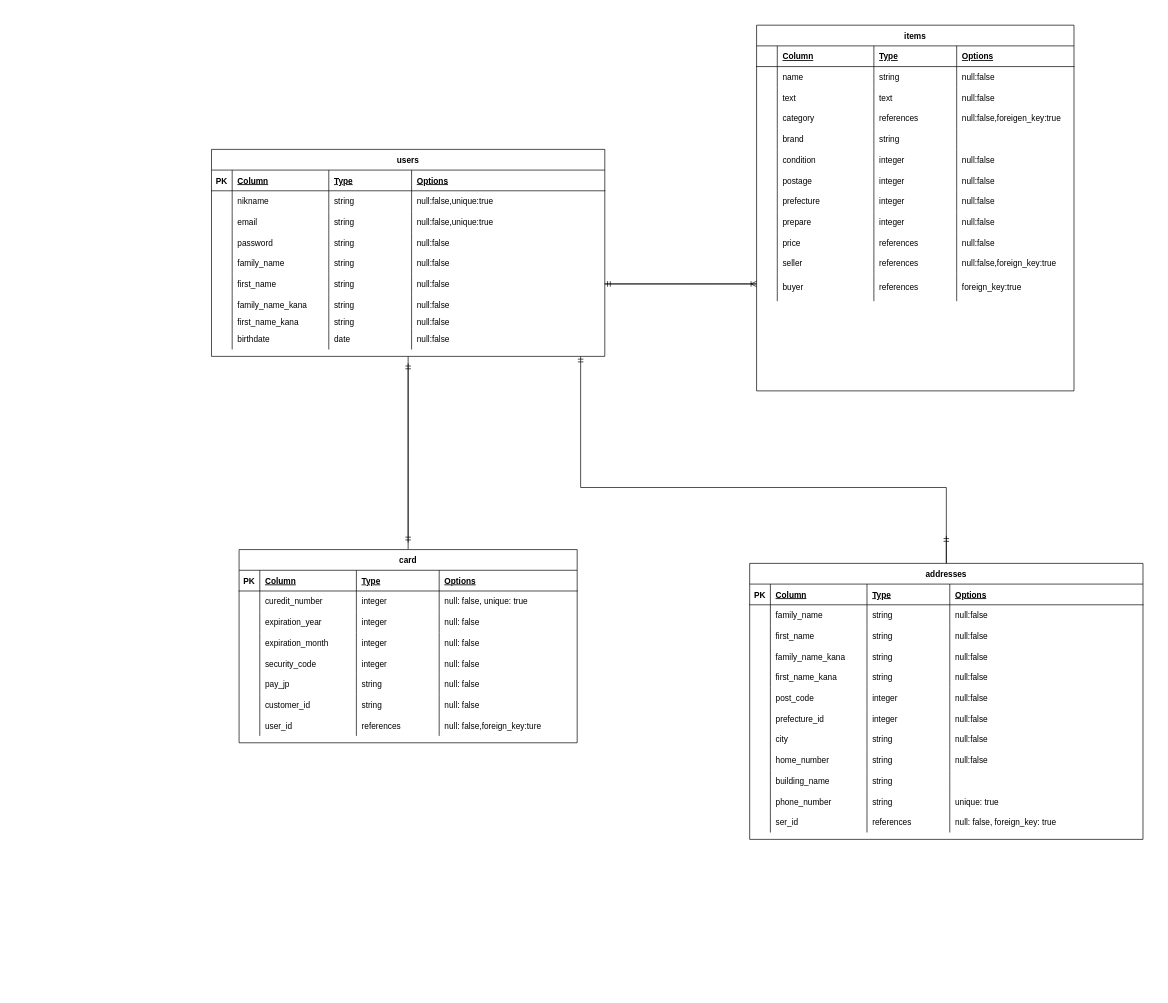
karentokuyama/furima-34771 keeps this draw.io diagram as furima.dio. Above is the earlier version. Source tidied: cells renumbered, new cells numbered last; positions are measured from the earlier drawing's top-left corner, leaving out a move shared by most shapes. Both pictures are drawn from the tidied source at 69%, with x=0, y=0 at pixel (211, 25).
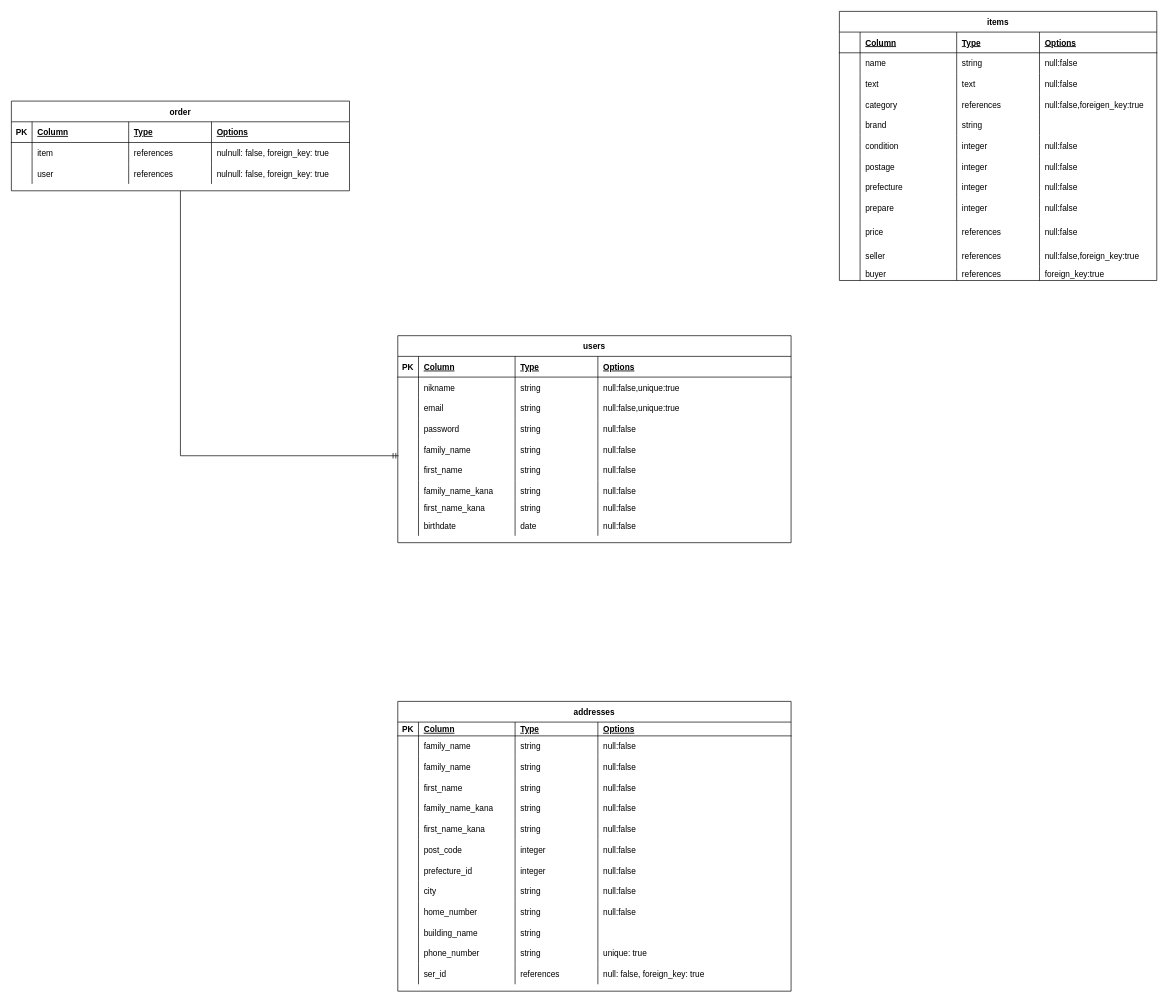
Above is the later version.

The change refers to these unchanged cells:
```xml
<mxCell id="29" style="shape=partialRectangle;fillColor=none;top=0;left=0;bottom=0;right=0;points=[[0,0.5],[1,0.5]];portConstraint=eastwest;" parent="3" vertex="1">
  <mxGeometry y="180" width="570" height="30" as="geometry" />
</mxCell>
<mxCell id="119" style="shape=partialRectangle;fillColor=none;top=0;left=0;bottom=0;right=0;" parent="113" vertex="1">
  <mxGeometry y="60" width="490" height="30" as="geometry" />
</mxCell>
<mxCell id="124" style="shape=partialRectangle;fillColor=none;top=0;left=0;bottom=0;right=0;" parent="113" vertex="1">
  <mxGeometry y="90" width="490" height="30" as="geometry" />
</mxCell>
```

The edit, as a diff of the source:
```diff
@@
-    <mxCell id="2" style="edgeStyle=orthogonalEdgeStyle;rounded=0;jettySize=auto;html=1;endArrow=ERmandOne;endFill=0;" parent="1" edge="1" source="3">
-      <mxGeometry relative="1" as="geometry">
-        <mxPoint x="285" y="750" as="targetPoint" />
-      </mxGeometry>
-    </mxCell>
     <mxCell id="3" value="users" style="shape=table;startSize=30;childLayout=tableLayout;rowLines=0;fontStyle=1;align=center;" parent="1" vertex="1">
-      <mxGeometry y="180" width="570" height="300" as="geometry" />
+      <mxGeometry x="270" y="450" width="570" height="300" as="geometry" />
     </mxCell>
@@
-    <mxCell id="49" style="edgeStyle=orthogonalEdgeStyle;rounded=0;jettySize=auto;html=1;endArrow=ERmandOne;endFill=0;" parent="1" edge="1" source="51">
-      <mxGeometry relative="1" as="geometry">
-        <mxPoint x="535" y="480" as="targetPoint" />
-        <Array as="points">
-          <mxPoint x="1065" y="670" />
-          <mxPoint x="535" y="670" />
-        </Array>
-      </mxGeometry>
-    </mxCell>
-    <mxCell id="50" style="edgeStyle=orthogonalEdgeStyle;rounded=0;jettySize=auto;html=1;endArrow=ERmandOne;endFill=0;" parent="1" edge="1" source="51">
-      <mxGeometry relative="1" as="geometry">
-        <mxPoint x="1065" y="740" as="targetPoint" />
-      </mxGeometry>
-    </mxCell>
     <mxCell id="51" value="addresses" style="shape=table;startSize=30;childLayout=tableLayout;rowLines=0;fontStyle=1;align=center;" parent="1" vertex="1">
-      <mxGeometry x="780" y="780" width="570" height="400" as="geometry" />
+      <mxGeometry x="270" y="980" width="570" height="420" as="geometry" />
     </mxCell>
     <mxCell id="52" style="shape=partialRectangle;fillColor=none;top=0;left=0;bottom=1;right=0;" parent="51" vertex="1">
-      <mxGeometry y="30" width="570" height="30" as="geometry" />
+      <mxGeometry y="30" width="570" height="20" as="geometry" />
     </mxCell>
     <mxCell id="53" value="PK" style="shape=partialRectangle;fillColor=none;top=0;left=0;bottom=0;right=0;fontStyle=1;overflow=hidden;" parent="52" vertex="1">
-      <mxGeometry width="30" height="30" as="geometry" />
+      <mxGeometry width="30" height="20" as="geometry" />
     </mxCell>
     <mxCell id="54" value="Column" style="shape=partialRectangle;fillColor=none;top=0;left=0;bottom=0;right=0;align=left;spacingLeft=6;fontStyle=5;overflow=hidden;" parent="52" vertex="1">
-      <mxGeometry x="30" width="140" height="30" as="geometry" />
+      <mxGeometry x="30" width="140" height="20" as="geometry" />
     </mxCell>
     <mxCell id="55" value="Type" style="shape=partialRectangle;fillColor=none;top=0;left=0;bottom=0;right=0;align=left;spacingLeft=6;fontStyle=5;overflow=hidden;" parent="52" vertex="1">
-      <mxGeometry x="170" width="120" height="30" as="geometry" />
+      <mxGeometry x="170" width="120" height="20" as="geometry" />
     </mxCell>
     <mxCell id="56" value="Options" style="shape=partialRectangle;fillColor=none;top=0;left=0;bottom=0;right=0;align=left;spacingLeft=6;fontStyle=5;overflow=hidden;" parent="52" vertex="1">
-      <mxGeometry x="290" width="280" height="30" as="geometry" />
+      <mxGeometry x="290" width="280" height="20" as="geometry" />
     </mxCell>
+    <mxCell id="217" style="shape=partialRectangle;fillColor=none;top=0;left=0;bottom=0;right=0;" parent="51" vertex="1">
+      <mxGeometry y="50" width="570" height="30" as="geometry" />
+    </mxCell>
+    <mxCell id="218" style="shape=partialRectangle;fillColor=none;top=0;left=0;bottom=0;right=0;overflow=hidden;" parent="217" vertex="1">
+      <mxGeometry width="30" height="30" as="geometry" />
+    </mxCell>
+    <mxCell id="219" value="family_name" style="shape=partialRectangle;fillColor=none;top=0;left=0;bottom=0;right=0;align=left;spacingLeft=6;overflow=hidden;" parent="217" vertex="1">
+      <mxGeometry x="30" width="140" height="30" as="geometry" />
+    </mxCell>
+    <mxCell id="220" value="string" style="shape=partialRectangle;fillColor=none;top=0;left=0;bottom=0;right=0;align=left;spacingLeft=6;overflow=hidden;" parent="217" vertex="1">
+      <mxGeometry x="170" width="120" height="30" as="geometry" />
+    </mxCell>
+    <mxCell id="221" value="null:false " style="shape=partialRectangle;fillColor=none;top=0;left=0;bottom=0;right=0;align=left;spacingLeft=6;overflow=hidden;" parent="217" vertex="1">
+      <mxGeometry x="290" width="280" height="30" as="geometry" />
+    </mxCell>
     <mxCell id="57" style="shape=partialRectangle;fillColor=none;top=0;left=0;bottom=0;right=0;" parent="51" vertex="1">
-      <mxGeometry y="60" width="570" height="30" as="geometry" />
+      <mxGeometry y="80" width="570" height="30" as="geometry" />
     </mxCell>
@@
     <mxCell id="62" style="shape=partialRectangle;fillColor=none;top=0;left=0;bottom=0;right=0;" parent="51" vertex="1">
-      <mxGeometry y="90" width="570" height="30" as="geometry" />
+      <mxGeometry y="110" width="570" height="30" as="geometry" />
     </mxCell>
@@
     <mxCell id="67" style="shape=partialRectangle;fillColor=none;top=0;left=0;bottom=0;right=0;" parent="51" vertex="1">
-      <mxGeometry y="120" width="570" height="30" as="geometry" />
+      <mxGeometry y="140" width="570" height="30" as="geometry" />
     </mxCell>
@@
     <mxCell id="72" style="shape=partialRectangle;fillColor=none;top=0;left=0;bottom=0;right=0;" parent="51" vertex="1">
-      <mxGeometry y="150" width="570" height="30" as="geometry" />
+      <mxGeometry y="170" width="570" height="30" as="geometry" />
     </mxCell>
@@
     <mxCell id="77" style="shape=partialRectangle;fillColor=none;top=0;left=0;bottom=0;right=0;" parent="51" vertex="1">
-      <mxGeometry y="180" width="570" height="30" as="geometry" />
+      <mxGeometry y="200" width="570" height="30" as="geometry" />
     </mxCell>
@@
     <mxCell id="82" style="shape=partialRectangle;fillColor=none;top=0;left=0;bottom=0;right=0;" parent="51" vertex="1">
-      <mxGeometry y="210" width="570" height="30" as="geometry" />
+      <mxGeometry y="230" width="570" height="30" as="geometry" />
     </mxCell>
@@
     <mxCell id="87" style="shape=partialRectangle;fillColor=none;top=0;left=0;bottom=0;right=0;" parent="51" vertex="1">
-      <mxGeometry y="240" width="570" height="30" as="geometry" />
+      <mxGeometry y="260" width="570" height="30" as="geometry" />
     </mxCell>
@@
     <mxCell id="92" style="shape=partialRectangle;fillColor=none;top=0;left=0;bottom=0;right=0;" parent="51" vertex="1">
-      <mxGeometry y="270" width="570" height="30" as="geometry" />
+      <mxGeometry y="290" width="570" height="30" as="geometry" />
     </mxCell>
@@
     <mxCell id="97" style="shape=partialRectangle;fillColor=none;top=0;left=0;bottom=0;right=0;" parent="51" vertex="1">
-      <mxGeometry y="300" width="570" height="30" as="geometry" />
+      <mxGeometry y="320" width="570" height="30" as="geometry" />
     </mxCell>
@@
     <mxCell id="102" style="shape=partialRectangle;fillColor=none;top=0;left=0;bottom=0;right=0;" parent="51" vertex="1">
-      <mxGeometry y="330" width="570" height="30" as="geometry" />
+      <mxGeometry y="350" width="570" height="30" as="geometry" />
     </mxCell>
@@
     <mxCell id="107" style="shape=partialRectangle;fillColor=none;top=0;left=0;bottom=0;right=0;" parent="51" vertex="1">
-      <mxGeometry y="360" width="570" height="30" as="geometry" />
+      <mxGeometry y="380" width="570" height="30" as="geometry" />
     </mxCell>
@@
-    <mxCell id="112" style="edgeStyle=orthogonalEdgeStyle;rounded=0;jettySize=auto;html=1;endArrow=ERmandOne;endFill=0;" parent="1" edge="1" source="113">
-      <mxGeometry relative="1" as="geometry">
-        <mxPoint x="285" y="490" as="targetPoint" />
-      </mxGeometry>
-    </mxCell>
+    <mxCell id="222" style="edgeStyle=orthogonalEdgeStyle;rounded=0;jettySize=auto;html=1;entryX=0.002;entryY=-0.2;entryDx=0;entryDy=0;entryPerimeter=0;endArrow=ERmandOne;endFill=0;" parent="1" edge="1" source="113" target="29">
+      <mxGeometry relative="1" as="geometry" />
+    </mxCell>
-    <mxCell id="113" value="card" style="shape=table;startSize=30;childLayout=tableLayout;rowLines=0;fontStyle=1;align=center;" parent="1" vertex="1">
-      <mxGeometry x="40" y="760" width="490" height="280" as="geometry" />
+    <mxCell id="113" value="order" style="shape=table;startSize=30;childLayout=tableLayout;rowLines=0;fontStyle=1;align=center;" parent="1" vertex="1">
+      <mxGeometry x="-290" y="110" width="490" height="130" as="geometry" />
     </mxCell>
@@
-    <mxCell id="121" value="curedit_number" style="shape=partialRectangle;fillColor=none;top=0;left=0;bottom=0;right=0;align=left;spacingLeft=6;overflow=hidden;" parent="119" vertex="1">
+    <mxCell id="121" value="item" style="shape=partialRectangle;fillColor=none;top=0;left=0;bottom=0;right=0;align=left;spacingLeft=6;overflow=hidden;" parent="119" vertex="1">
       <mxGeometry x="30" width="140" height="30" as="geometry" />
     </mxCell>
-    <mxCell id="122" value="integer" style="shape=partialRectangle;fillColor=none;top=0;left=0;bottom=0;right=0;align=left;spacingLeft=6;overflow=hidden;" parent="119" vertex="1">
+    <mxCell id="122" value="references" style="shape=partialRectangle;fillColor=none;top=0;left=0;bottom=0;right=0;align=left;spacingLeft=6;overflow=hidden;" parent="119" vertex="1">
       <mxGeometry x="170" width="120" height="30" as="geometry" />
     </mxCell>
-    <mxCell id="123" value="null: false, unique: true" style="shape=partialRectangle;fillColor=none;top=0;left=0;bottom=0;right=0;align=left;spacingLeft=6;overflow=hidden;" parent="119" vertex="1">
+    <mxCell id="123" value="nulnull: false, foreign_key: true" style="shape=partialRectangle;fillColor=none;top=0;left=0;bottom=0;right=0;align=left;spacingLeft=6;overflow=hidden;" parent="119" vertex="1">
       <mxGeometry x="290" width="200" height="30" as="geometry" />
     </mxCell>
@@
-    <mxCell id="126" value="expiration_year" style="shape=partialRectangle;fillColor=none;top=0;left=0;bottom=0;right=0;align=left;spacingLeft=6;overflow=hidden;" parent="124" vertex="1">
+    <mxCell id="126" value="user" style="shape=partialRectangle;fillColor=none;top=0;left=0;bottom=0;right=0;align=left;spacingLeft=6;overflow=hidden;" parent="124" vertex="1">
       <mxGeometry x="30" width="140" height="30" as="geometry" />
     </mxCell>
-    <mxCell id="127" value="integer" style="shape=partialRectangle;fillColor=none;top=0;left=0;bottom=0;right=0;align=left;spacingLeft=6;overflow=hidden;" parent="124" vertex="1">
+    <mxCell id="127" value="references" style="shape=partialRectangle;fillColor=none;top=0;left=0;bottom=0;right=0;align=left;spacingLeft=6;overflow=hidden;" parent="124" vertex="1">
       <mxGeometry x="170" width="120" height="30" as="geometry" />
     </mxCell>
-    <mxCell id="128" value="null: false" style="shape=partialRectangle;fillColor=none;top=0;left=0;bottom=0;right=0;align=left;spacingLeft=6;overflow=hidden;" parent="124" vertex="1">
+    <mxCell id="128" value="nulnull: false, foreign_key: true" style="shape=partialRectangle;fillColor=none;top=0;left=0;bottom=0;right=0;align=left;spacingLeft=6;overflow=hidden;" parent="124" vertex="1">
       <mxGeometry x="290" width="200" height="30" as="geometry" />
     </mxCell>
-    <mxCell id="129" style="shape=partialRectangle;fillColor=none;top=0;left=0;bottom=0;right=0;" parent="113" vertex="1">
-      <mxGeometry y="120" width="490" height="30" as="geometry" />
-    </mxCell>
-    <mxCell id="130" style="shape=partialRectangle;fillColor=none;top=0;left=0;bottom=0;right=0;overflow=hidden;" parent="129" vertex="1">
-      <mxGeometry width="30" height="30" as="geometry" />
-    </mxCell>
-    <mxCell id="131" value="expiration_month" style="shape=partialRectangle;fillColor=none;top=0;left=0;bottom=0;right=0;align=left;spacingLeft=6;overflow=hidden;" parent="129" vertex="1">
-      <mxGeometry x="30" width="140" height="30" as="geometry" />
-    </mxCell>
-    <mxCell id="132" value="integer" style="shape=partialRectangle;fillColor=none;top=0;left=0;bottom=0;right=0;align=left;spacingLeft=6;overflow=hidden;" parent="129" vertex="1">
-      <mxGeometry x="170" width="120" height="30" as="geometry" />
-    </mxCell>
-    <mxCell id="133" value="null: false" style="shape=partialRectangle;fillColor=none;top=0;left=0;bottom=0;right=0;align=left;spacingLeft=6;overflow=hidden;" parent="129" vertex="1">
-      <mxGeometry x="290" width="200" height="30" as="geometry" />
-    </mxCell>
-    <mxCell id="134" style="shape=partialRectangle;fillColor=none;top=0;left=0;bottom=0;right=0;" parent="113" vertex="1">
-      <mxGeometry y="150" width="490" height="30" as="geometry" />
-    </mxCell>
-    <mxCell id="135" style="shape=partialRectangle;fillColor=none;top=0;left=0;bottom=0;right=0;overflow=hidden;" parent="134" vertex="1">
-      <mxGeometry width="30" height="30" as="geometry" />
-    </mxCell>
-    <mxCell id="136" value="security_code" style="shape=partialRectangle;fillColor=none;top=0;left=0;bottom=0;right=0;align=left;spacingLeft=6;overflow=hidden;" parent="134" vertex="1">
-      <mxGeometry x="30" width="140" height="30" as="geometry" />
-    </mxCell>
-    <mxCell id="137" value="integer" style="shape=partialRectangle;fillColor=none;top=0;left=0;bottom=0;right=0;align=left;spacingLeft=6;overflow=hidden;" parent="134" vertex="1">
-      <mxGeometry x="170" width="120" height="30" as="geometry" />
-    </mxCell>
-    <mxCell id="138" value="null: false" style="shape=partialRectangle;fillColor=none;top=0;left=0;bottom=0;right=0;align=left;spacingLeft=6;overflow=hidden;" parent="134" vertex="1">
-      <mxGeometry x="290" width="200" height="30" as="geometry" />
-    </mxCell>
-    <mxCell id="139" style="shape=partialRectangle;fillColor=none;top=0;left=0;bottom=0;right=0;" parent="113" vertex="1">
-      <mxGeometry y="180" width="490" height="30" as="geometry" />
-    </mxCell>
-    <mxCell id="140" style="shape=partialRectangle;fillColor=none;top=0;left=0;bottom=0;right=0;overflow=hidden;" parent="139" vertex="1">
-      <mxGeometry width="30" height="30" as="geometry" />
-    </mxCell>
-    <mxCell id="141" value="pay_jp" style="shape=partialRectangle;fillColor=none;top=0;left=0;bottom=0;right=0;align=left;spacingLeft=6;overflow=hidden;" parent="139" vertex="1">
-      <mxGeometry x="30" width="140" height="30" as="geometry" />
-    </mxCell>
-    <mxCell id="142" value="string" style="shape=partialRectangle;fillColor=none;top=0;left=0;bottom=0;right=0;align=left;spacingLeft=6;overflow=hidden;" parent="139" vertex="1">
-      <mxGeometry x="170" width="120" height="30" as="geometry" />
-    </mxCell>
-    <mxCell id="143" value="null: false" style="shape=partialRectangle;fillColor=none;top=0;left=0;bottom=0;right=0;align=left;spacingLeft=6;overflow=hidden;" parent="139" vertex="1">
-      <mxGeometry x="290" width="200" height="30" as="geometry" />
-    </mxCell>
-    <mxCell id="144" style="shape=partialRectangle;fillColor=none;top=0;left=0;bottom=0;right=0;" parent="113" vertex="1">
-      <mxGeometry y="210" width="490" height="30" as="geometry" />
-    </mxCell>
-    <mxCell id="145" style="shape=partialRectangle;fillColor=none;top=0;left=0;bottom=0;right=0;overflow=hidden;" parent="144" vertex="1">
-      <mxGeometry width="30" height="30" as="geometry" />
-    </mxCell>
-    <mxCell id="146" value="customer_id" style="shape=partialRectangle;fillColor=none;top=0;left=0;bottom=0;right=0;align=left;spacingLeft=6;overflow=hidden;" parent="144" vertex="1">
-      <mxGeometry x="30" width="140" height="30" as="geometry" />
-    </mxCell>
-    <mxCell id="147" value="string" style="shape=partialRectangle;fillColor=none;top=0;left=0;bottom=0;right=0;align=left;spacingLeft=6;overflow=hidden;" parent="144" vertex="1">
-      <mxGeometry x="170" width="120" height="30" as="geometry" />
-    </mxCell>
-    <mxCell id="148" value="null: false" style="shape=partialRectangle;fillColor=none;top=0;left=0;bottom=0;right=0;align=left;spacingLeft=6;overflow=hidden;" parent="144" vertex="1">
-      <mxGeometry x="290" width="200" height="30" as="geometry" />
-    </mxCell>
-    <mxCell id="149" style="shape=partialRectangle;fillColor=none;top=0;left=0;bottom=0;right=0;" parent="113" vertex="1">
-      <mxGeometry y="240" width="490" height="30" as="geometry" />
-    </mxCell>
-    <mxCell id="150" style="shape=partialRectangle;fillColor=none;top=0;left=0;bottom=0;right=0;overflow=hidden;" parent="149" vertex="1">
-      <mxGeometry width="30" height="30" as="geometry" />
-    </mxCell>
-    <mxCell id="151" value="user_id" style="shape=partialRectangle;fillColor=none;top=0;left=0;bottom=0;right=0;align=left;spacingLeft=6;overflow=hidden;" parent="149" vertex="1">
-      <mxGeometry x="30" width="140" height="30" as="geometry" />
-    </mxCell>
-    <mxCell id="152" value="references" style="shape=partialRectangle;fillColor=none;top=0;left=0;bottom=0;right=0;align=left;spacingLeft=6;overflow=hidden;" parent="149" vertex="1">
-      <mxGeometry x="170" width="120" height="30" as="geometry" />
-    </mxCell>
-    <mxCell id="153" value="null: false,foreign_key:ture" style="shape=partialRectangle;fillColor=none;top=0;left=0;bottom=0;right=0;align=left;spacingLeft=6;overflow=hidden;" parent="149" vertex="1">
-      <mxGeometry x="290" width="200" height="30" as="geometry" />
-    </mxCell>
     <mxCell id="154" value="items" style="shape=table;startSize=30;childLayout=tableLayout;rowLines=0;fontStyle=1;align=center;" parent="1" vertex="1">
-      <mxGeometry x="790" width="460" height="530" as="geometry" />
+      <mxGeometry x="910" y="-20" width="460" height="390" as="geometry" />
     </mxCell>
@@
     <mxCell id="200" style="shape=partialRectangle;fillColor=none;top=0;left=0;bottom=0;right=0;" parent="154" vertex="1">
-      <mxGeometry y="300" width="460" height="30" as="geometry" />
+      <mxGeometry y="300" width="460" height="40" as="geometry" />
     </mxCell>
     <mxCell id="201" style="shape=partialRectangle;fillColor=none;top=0;left=0;bottom=0;right=0;overflow=hidden;" parent="200" vertex="1">
-      <mxGeometry width="30" height="30" as="geometry" />
+      <mxGeometry width="30" height="40" as="geometry" />
     </mxCell>
     <mxCell id="202" value="price" style="shape=partialRectangle;fillColor=none;top=0;left=0;bottom=0;right=0;align=left;spacingLeft=6;overflow=hidden;" parent="200" vertex="1">
-      <mxGeometry x="30" width="140" height="30" as="geometry" />
+      <mxGeometry x="30" width="140" height="40" as="geometry" />
     </mxCell>
     <mxCell id="203" value="references" style="shape=partialRectangle;fillColor=none;top=0;left=0;bottom=0;right=0;align=left;spacingLeft=6;overflow=hidden;" parent="200" vertex="1">
-      <mxGeometry x="170" width="120" height="30" as="geometry" />
+      <mxGeometry x="170" width="120" height="40" as="geometry" />
     </mxCell>
     <mxCell id="204" value="null:false" style="shape=partialRectangle;fillColor=none;top=0;left=0;bottom=0;right=0;align=left;spacingLeft=6;overflow=hidden;" parent="200" vertex="1">
-      <mxGeometry x="290" width="170" height="30" as="geometry" />
+      <mxGeometry x="290" width="170" height="40" as="geometry" />
     </mxCell>
     <mxCell id="205" style="shape=partialRectangle;fillColor=none;top=0;left=0;bottom=0;right=0;" parent="154" vertex="1">
-      <mxGeometry y="330" width="460" height="30" as="geometry" />
+      <mxGeometry y="340" width="460" height="30" as="geometry" />
     </mxCell>
@@
     <mxCell id="210" style="shape=partialRectangle;fillColor=none;top=0;left=0;bottom=0;right=0;points=[[0,0.5],[1,0.5]];portConstraint=eastwest;" parent="154" vertex="1">
-      <mxGeometry y="360" width="460" height="40" as="geometry" />
+      <mxGeometry y="370" width="460" height="20" as="geometry" />
     </mxCell>
     <mxCell id="211" style="shape=partialRectangle;fillColor=none;top=0;left=0;bottom=0;right=0;overflow=hidden;" parent="210" vertex="1">
-      <mxGeometry width="30" height="40" as="geometry" />
+      <mxGeometry width="30" height="20" as="geometry" />
     </mxCell>
     <mxCell id="212" value="buyer" style="shape=partialRectangle;fillColor=none;top=0;left=0;bottom=0;right=0;align=left;spacingLeft=6;overflow=hidden;" parent="210" vertex="1">
-      <mxGeometry x="30" width="140" height="40" as="geometry" />
+      <mxGeometry x="30" width="140" height="20" as="geometry" />
     </mxCell>
     <mxCell id="213" value="references" style="shape=partialRectangle;fillColor=none;top=0;left=0;bottom=0;right=0;align=left;spacingLeft=6;overflow=hidden;" parent="210" vertex="1">
-      <mxGeometry x="170" width="120" height="40" as="geometry" />
+      <mxGeometry x="170" width="120" height="20" as="geometry" />
     </mxCell>
     <mxCell id="214" value="foreign_key:true " style="shape=partialRectangle;fillColor=none;top=0;left=0;bottom=0;right=0;align=left;spacingLeft=6;overflow=hidden;" parent="210" vertex="1">
-      <mxGeometry x="290" width="170" height="40" as="geometry" />
+      <mxGeometry x="290" width="170" height="20" as="geometry" />
     </mxCell>
-    <mxCell id="215" style="edgeStyle=orthogonalEdgeStyle;rounded=0;jettySize=auto;html=1;endArrow=ERoneToMany;endFill=0;" parent="1" edge="1" source="29">
-      <mxGeometry relative="1" as="geometry">
-        <mxPoint x="790" y="375" as="targetPoint" />
-      </mxGeometry>
-    </mxCell>
-    <mxCell id="216" style="edgeStyle=orthogonalEdgeStyle;rounded=0;jettySize=auto;html=1;endArrow=ERmandOne;endFill=0;" parent="1" edge="1" source="210" target="29">
-      <mxGeometry relative="1" as="geometry">
-        <Array as="points">
-          <mxPoint x="730" y="375" />
-          <mxPoint x="730" y="375" />
-        </Array>
-      </mxGeometry>
-    </mxCell>
```
